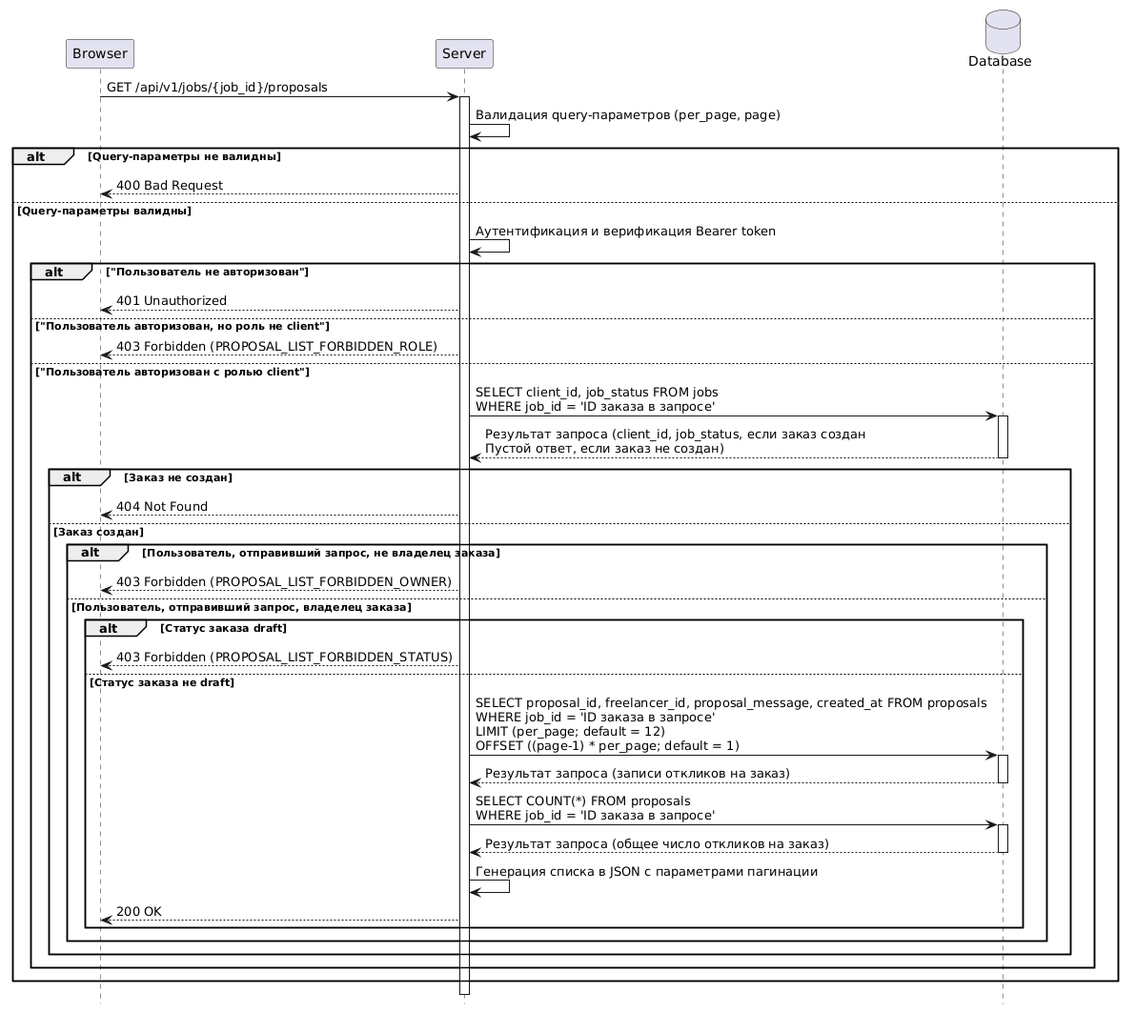
Before: diagrams/sequence/be2-sequence.png, a diagram exported from PlantUML (reflekso/workhub-system).
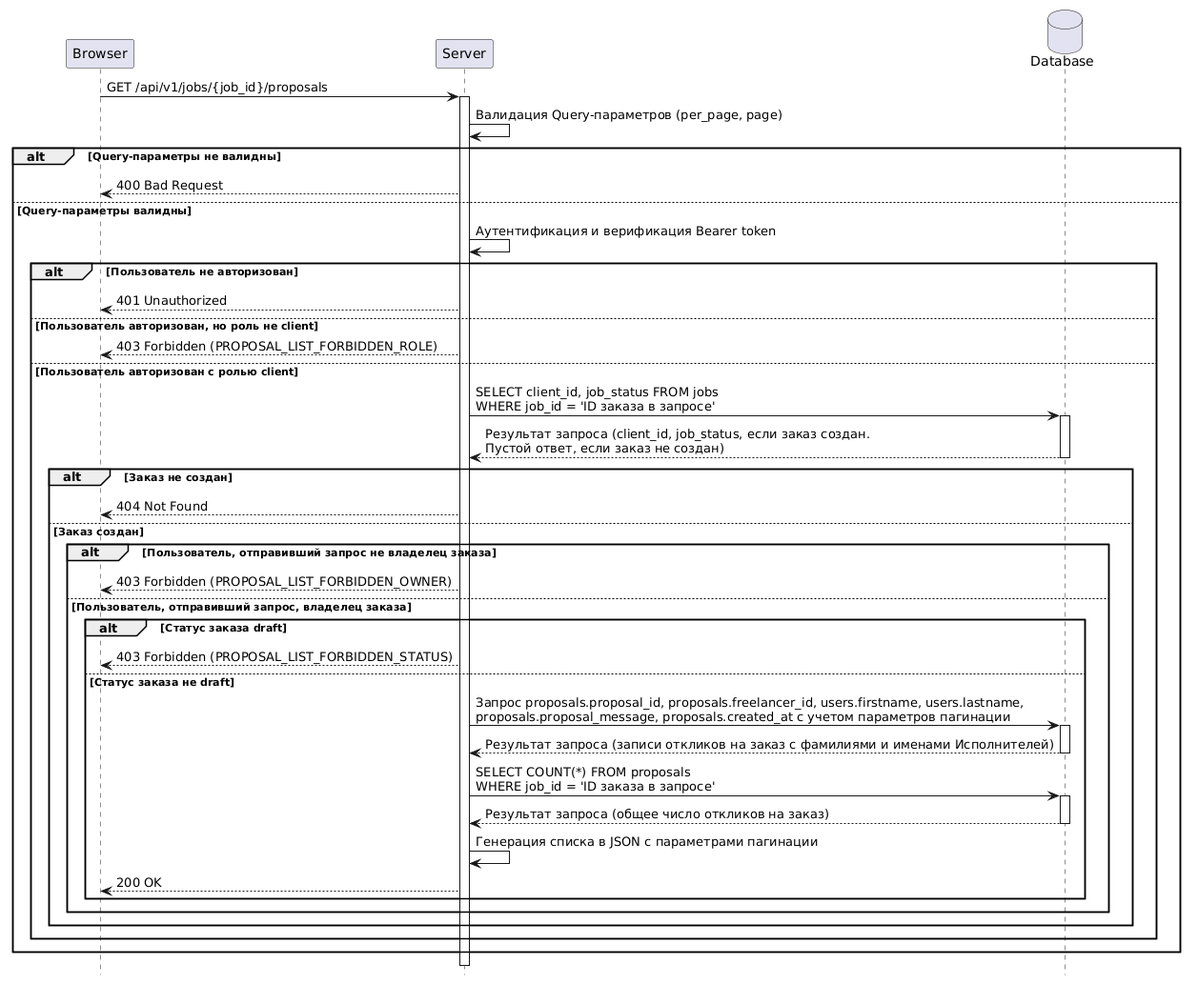
Above is the later version.

Commit message:
docs: update server-logic and sequence-diagram

Diff of the diagram source:
```diff
@@ -8,56 +8,64 @@
 br -> sr : GET /api/v1/jobs/{job_id}/proposals
 activate sr
 
-sr -> sr : Валидация query-параметров (per_page, page)
+sr -> sr : Валидация Query-параметров (per_page, page)
 
 alt Query-параметры не валидны
 
-sr --> br : 400 Bad Request
+    sr --> br : 400 Bad Request
 
 else Query-параметры валидны
-sr -> sr : Аутентификация и верификация Bearer token
-alt "Пользователь не авторизован"
-sr --> br : 401 Unauthorized
 
-else "Пользователь авторизован, но роль не client"
-sr --> br : 403 Forbidden (PROPOSAL_LIST_FORBIDDEN_ROLE)
-else "Пользователь авторизован с ролью client"
+    sr -> sr : Аутентификация и верификация Bearer token
 
-sr -> db ++: SELECT client_id, job_status FROM jobs\nWHERE job_id = 'ID заказа в запросе'
-db --> sr --: Результат запроса (client_id, job_status, если заказ создан\nПустой ответ, если заказ не создан)
+    alt Пользователь не авторизован
 
-  alt Заказ не создан
-  sr --> br : 404 Not Found
+        sr --> br : 401 Unauthorized
 
-  else Заказ создан
+    else Пользователь авторизован, но роль не client
 
-    alt Пользователь, отправивший запрос, не владелец заказа
+        sr --> br : 403 Forbidden (PROPOSAL_LIST_FORBIDDEN_ROLE)
 
-      sr --> br : 403 Forbidden (PROPOSAL_LIST_FORBIDDEN_OWNER)
+    else Пользователь авторизован с ролью client
 
-    else Пользователь, отправивший запрос, владелец заказа
+        sr -> db ++: SELECT client_id, job_status FROM jobs\nWHERE job_id = 'ID заказа в запросе'
 
-      alt Статус заказа draft
+        db --> sr --: Результат запроса (client_id, job_status, если заказ создан.\nПустой ответ, если заказ не создан)
 
-        sr --> br : 403 Forbidden (PROPOSAL_LIST_FORBIDDEN_STATUS)
+        alt Заказ не создан
 
-      else Статус заказа не draft
+            sr --> br: 404 Not Found
 
-        sr -> db ++: SELECT proposal_id, freelancer_id, proposal_message, created_at FROM proposals\nWHERE job_id = 'ID заказа в запросе'\nLIMIT (per_page; default = 12)\nOFFSET ((page-1) * per_page; default = 1)
-        db --> sr --: Результат запроса (записи откликов на заказ)
+        else Заказ создан
 
-        sr -> db ++: SELECT COUNT(*) FROM proposals\nWHERE job_id = 'ID заказа в запросе'
-        db --> sr --: Результат запроса (общее число откликов на заказ)
+            alt Пользователь, отправивший запрос не владелец заказа
 
-        sr -> sr : Генерация списка в JSON с параметрами пагинации
+                sr --> br : 403 Forbidden (PROPOSAL_LIST_FORBIDDEN_OWNER)
 
-        sr --> br : 200 OK
-      end
+            else Пользователь, отправивший запрос, владелец заказа
+
+                alt Статус заказа draft
+
+                    sr --> br : 403 Forbidden (PROPOSAL_LIST_FORBIDDEN_STATUS)
+
+                else Статус заказа не draft
+
+                    sr -> db ++: Запрос proposals.proposal_id, proposals.freelancer_id, users.firstname, users.lastname,\nproposals.proposal_message, proposals.created_at с учетом параметров пагинации
+
+                    db --> sr --: Результат запроса (записи откликов на заказ с фамилиями и именами Исполнителей)
+
+                    sr -> db ++: SELECT COUNT(*) FROM proposals\nWHERE job_id = 'ID заказа в запросе'
+
+                    db --> sr --: Результат запроса (общее число откликов на заказ)
+
+                    sr -> sr : Генерация списка в JSON с параметрами пагинации
+
+                    sr --> br : 200 OK
+
+                end
+            end
+        end
     end
-  end
 end
-end
-
-
 deactivate sr
 @enduml
```
